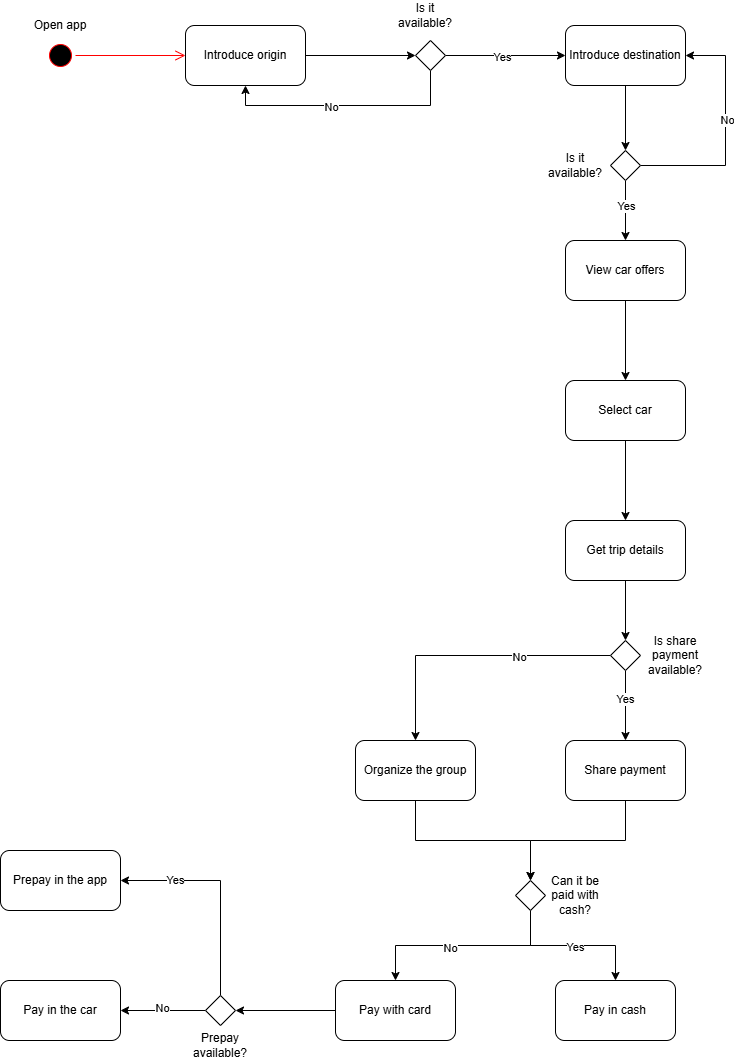
The draw.io diagram pruebas/prueba8/Uber/Uber activity diagram.drawio.png in anderesor-star/pruebas, before a commit. Source tidied: cells renumbered, new cells last; positions are measured from the earlier drawing's top-left corner, leaving out a move shared by most shapes.
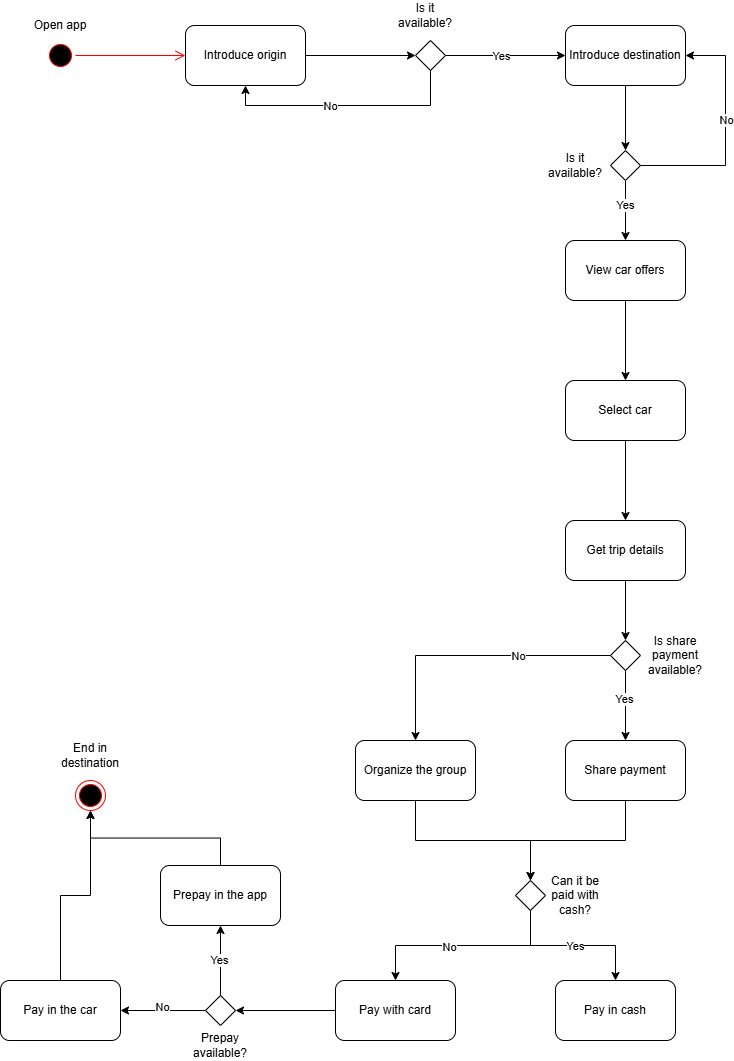
Above is the later version.

The edit, as a diff of the source:
```diff
@@ -147,11 +147,13 @@
     <mxCell id="47" value="No" style="edgeLabel;html=1;align=center;verticalAlign=middle;" parent="46" vertex="1">
       <mxGeometry x="0.03" y="-3" relative="1" as="geometry" />
     </mxCell>
-    <mxCell id="48" style="edgeStyle=orthogonalEdgeStyle;rounded=0;jettySize=auto;html=1;exitX=0.5;exitY=0;exitDx=0;exitDy=0;entryX=1;entryY=0.5;entryDx=0;entryDy=0;" parent="1" edge="1" source="50" target="53">
+    <mxCell id="48" style="edgeStyle=orthogonalEdgeStyle;rounded=0;jettySize=auto;html=1;exitX=0.5;exitY=0;exitDx=0;exitDy=0;entryX=0.5;entryY=1;entryDx=0;entryDy=0;" parent="1" edge="1" source="50" target="53">
       <mxGeometry relative="1" as="geometry" />
     </mxCell>
     <mxCell id="49" value="Yes" style="edgeLabel;html=1;align=center;verticalAlign=middle;" parent="48" vertex="1">
-      <mxGeometry x="0.49" y="-1" relative="1" as="geometry" />
+      <mxGeometry x="0.49" y="-1" relative="1" as="geometry">
+        <mxPoint x="-2" y="17" as="offset" />
+      </mxGeometry>
     </mxCell>
     <mxCell id="50" style="rhombus;whiteSpace=wrap;html=1;" parent="1" vertex="1">
       <mxGeometry x="205" y="995" width="30" height="30" as="geometry" />
@@ -159,11 +161,23 @@
     <mxCell id="51" value="Prepay available?" style="text;html=1;whiteSpace=wrap;strokeColor=none;fillColor=none;align=center;verticalAlign=middle;rounded=0;" parent="1" vertex="1">
       <mxGeometry x="190" y="1030" width="60" height="30" as="geometry" />
     </mxCell>
+    <mxCell id="54" style="edgeStyle=orthogonalEdgeStyle;rounded=0;jettySize=auto;html=1;exitX=0.5;exitY=0;exitDx=0;exitDy=0;entryX=0.5;entryY=1;entryDx=0;entryDy=0;" parent="1" edge="1" source="52" target="56">
+      <mxGeometry relative="1" as="geometry" />
+    </mxCell>
     <mxCell id="52" value="Pay in the car" style="rounded=1;whiteSpace=wrap;html=1;" parent="1" vertex="1">
       <mxGeometry y="980" width="120" height="60" as="geometry" />
     </mxCell>
+    <mxCell id="55" style="edgeStyle=orthogonalEdgeStyle;rounded=0;jettySize=auto;html=1;exitX=0.5;exitY=0;exitDx=0;exitDy=0;entryX=0.5;entryY=1;entryDx=0;entryDy=0;" parent="1" edge="1" source="53" target="56">
+      <mxGeometry relative="1" as="geometry" />
+    </mxCell>
     <mxCell id="53" value="Prepay in the app" style="rounded=1;whiteSpace=wrap;html=1;" parent="1" vertex="1">
-      <mxGeometry y="850" width="120" height="60" as="geometry" />
+      <mxGeometry x="160" y="865" width="120" height="60" as="geometry" />
     </mxCell>
+    <mxCell id="56" style="ellipse;html=1;shape=endState;fillColor=#000000;strokeColor=#ff0000;" parent="1" vertex="1">
+      <mxGeometry x="75" y="780" width="30" height="30" as="geometry" />
+    </mxCell>
+    <mxCell id="57" value="End in destination" style="text;html=1;whiteSpace=wrap;strokeColor=none;fillColor=none;align=center;verticalAlign=middle;rounded=0;" parent="1" vertex="1">
+      <mxGeometry x="60" y="740" width="60" height="30" as="geometry" />
+    </mxCell>
   </root>
 </mxGraphModel>
```
